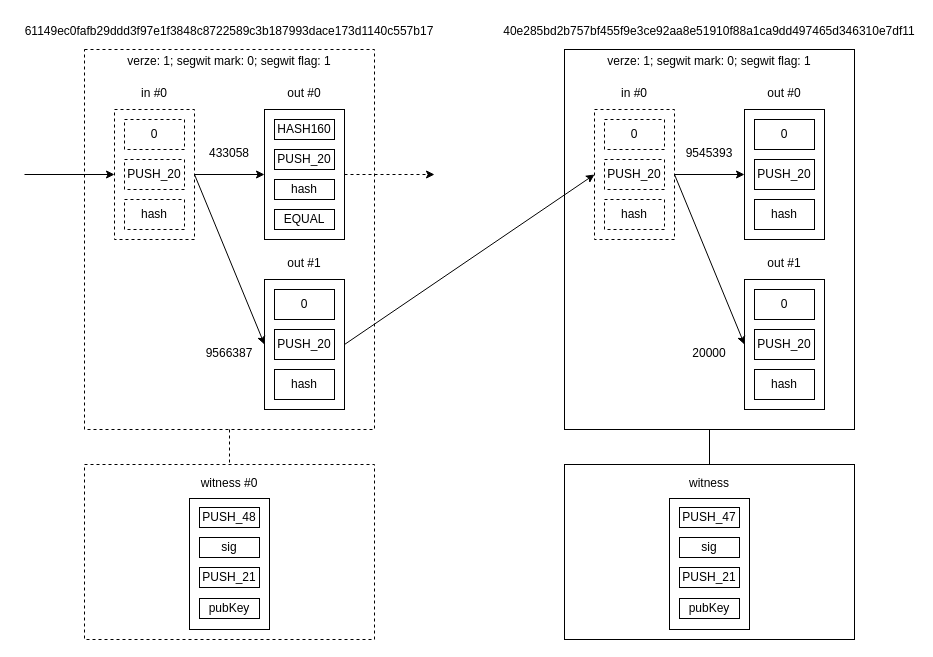
This is diagram/txs.drawio from iWarpBTC/iWarpBTC.github.io, a draw.io file, before an edit. Source tidied: cells renumbered, new cells numbered last; positions are measured from the earlier drawing's top-left corner, leaving out a move shared by most shapes. Both pictures are drawn from the tidied source at 100%, with x=0, y=0 at pixel (24, 17).
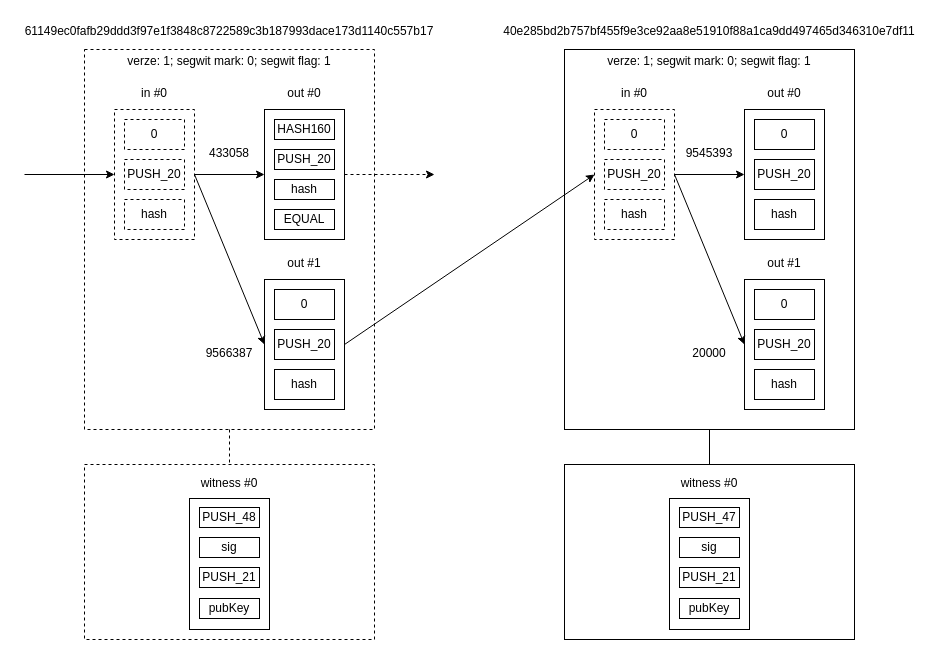
Above is the later version.

Diff of the diagram source:
```diff
@@
-    <mxCell id="61" value="witness" style="text;whiteSpace=wrap;html=1;align=center;" parent="1" vertex="1">
+    <mxCell id="61" value="witness #0" style="text;whiteSpace=wrap;html=1;align=center;" parent="1" vertex="1">
       <mxGeometry x="550" y="452" width="270" height="30" as="geometry" />
     </mxCell>
```
